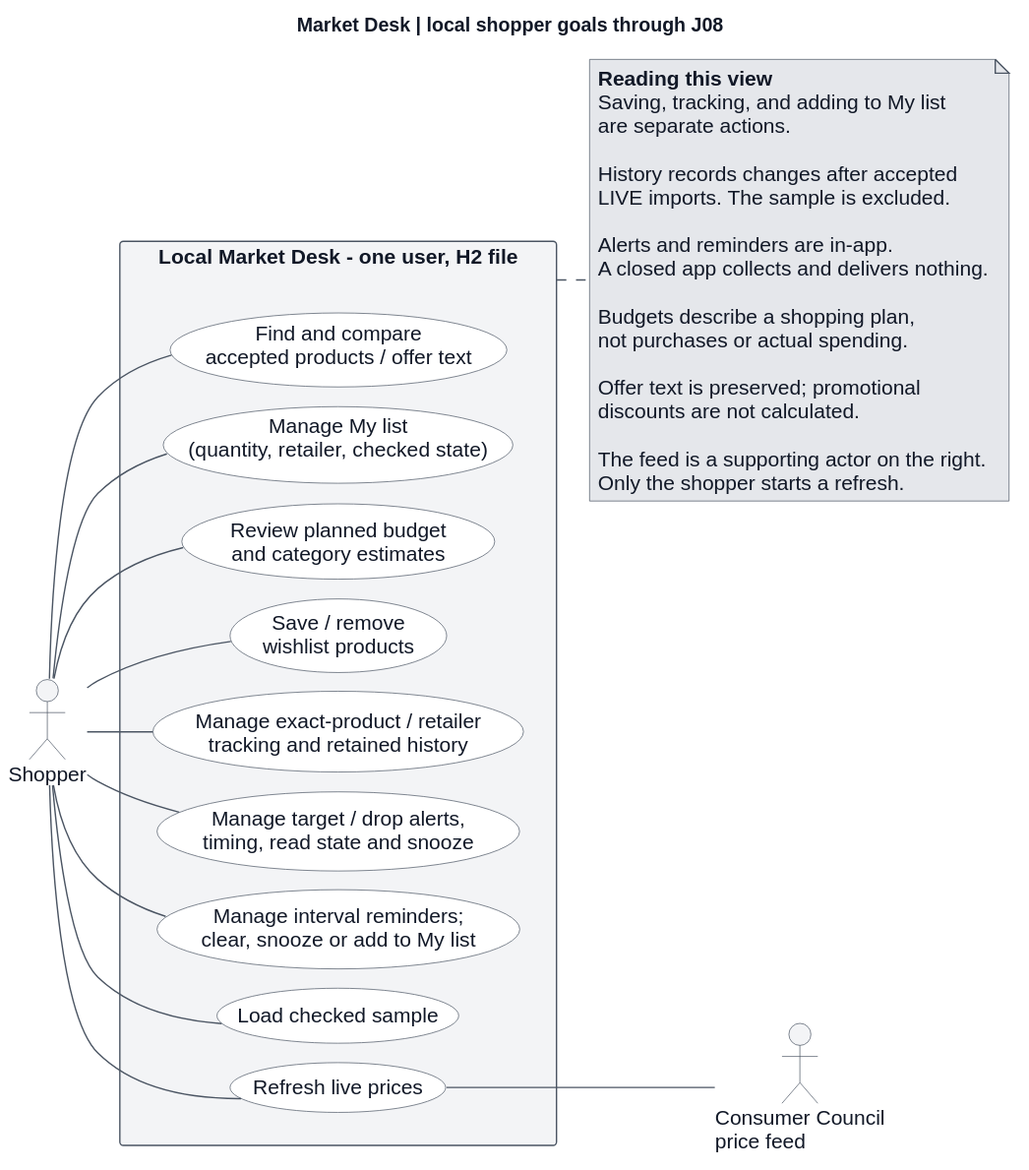
Before: docs/diagrams/j05-j08/use-case.svg, a diagram exported from PlantUML (LamHeiKit230208993/CS3383-Project).
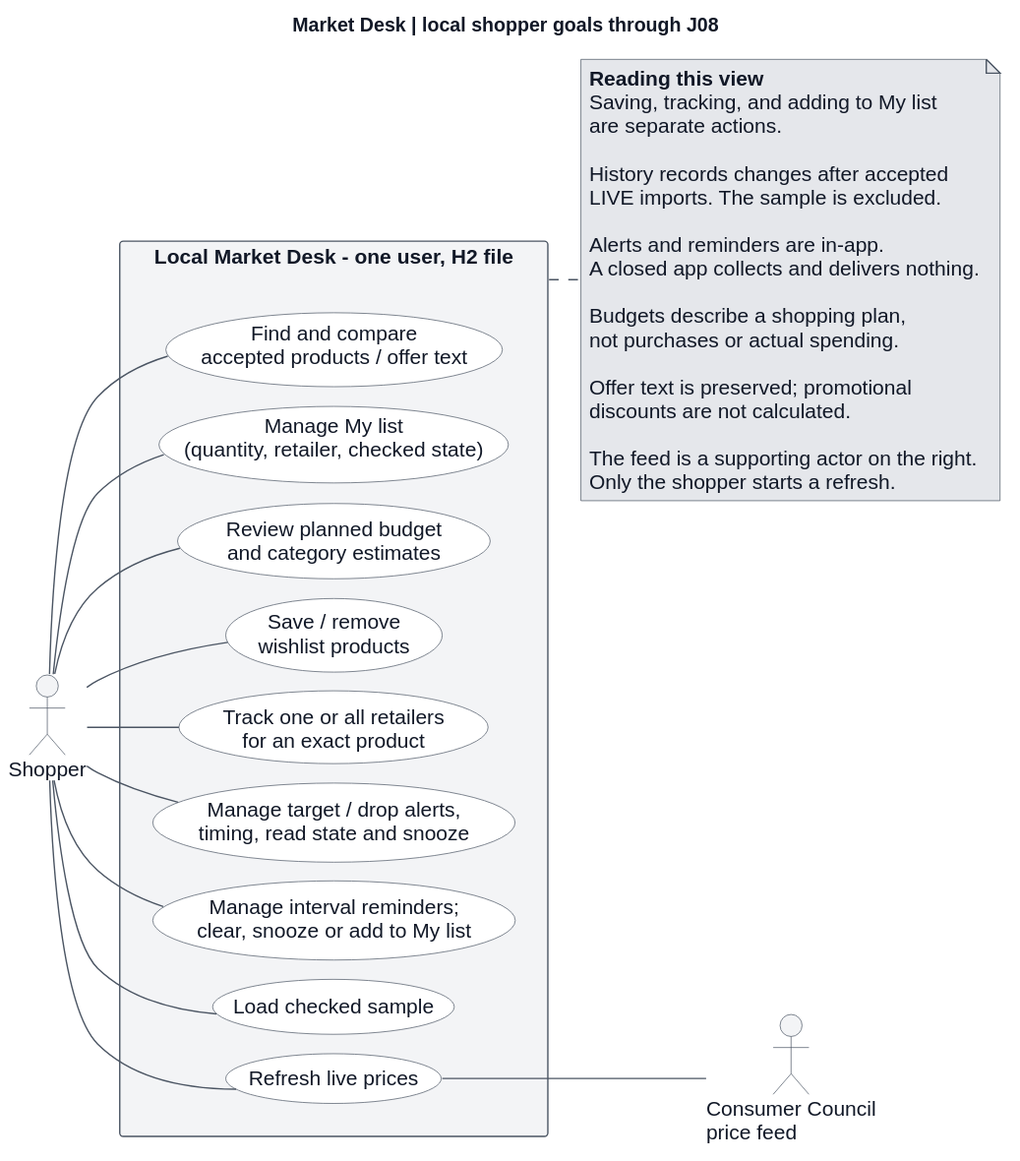
The same file after the commit.

The edit, as a diff of the source:
```diff
@@ -25,7 +25,7 @@
   usecase "Manage My list\n(quantity, retailer, checked state)" as list
   usecase "Review planned budget\nand category estimates" as budget
   usecase "Save / remove\nwishlist products" as wishlist
-  usecase "Manage exact-product / retailer\ntracking and retained history" as track
+  usecase "Track one or all retailers\nfor an exact product" as track
   usecase "Manage target / drop alerts,\ntiming, read state and snooze" as alerts
   usecase "Manage interval reminders;\nclear, snooze or add to My list" as reminder
   usecase "Load checked sample" as sample
```
